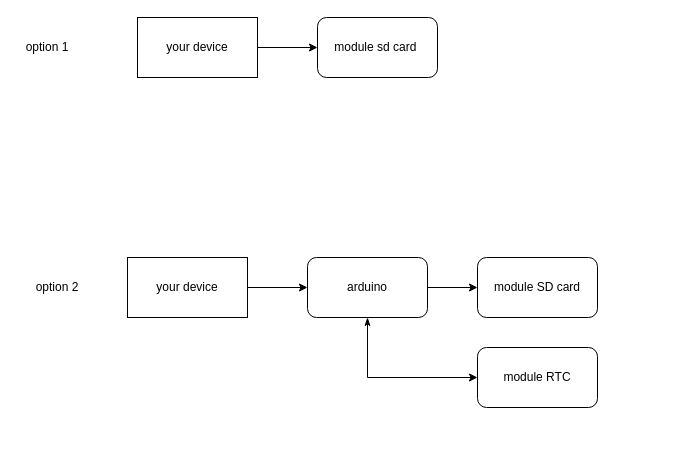
ductuanhoang/DiagramProject keeps this draw.io diagram as water_index.drawio. Above is the earlier version. Source tidied: cells renumbered, new cells numbered last; positions are measured from the earlier drawing's top-left corner, leaving out a move shared by most shapes. Both pictures are drawn from the tidied source at 100%, with x=0, y=0 at pixel (17, 17).
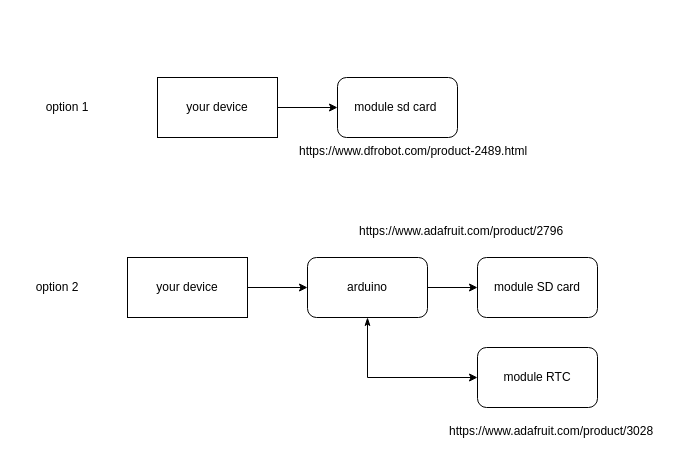
The same diagram, later.

The edit, as a diff of the source:
```diff
@@
 <mxGraphModel>
   <root>
     <mxCell id="0" />
     <mxCell id="1" parent="0" />
     <mxCell id="2" style="edgeStyle=orthogonalEdgeStyle;rounded=0;jettySize=auto;html=1;exitX=1;exitY=0.5;exitDx=0;exitDy=0;entryX=0;entryY=0.5;entryDx=0;entryDy=0;" parent="1" edge="1" source="3" target="4">
       <mxGeometry relative="1" as="geometry" />
     </mxCell>
     <mxCell id="3" value="your device" style="rounded=0;whiteSpace=wrap;html=1;" parent="1" vertex="1">
-      <mxGeometry x="120" width="120" height="60" as="geometry" />
+      <mxGeometry x="140" y="60" width="120" height="60" as="geometry" />
     </mxCell>
     <mxCell id="4" value="module sd card&amp;nbsp;" style="rounded=1;whiteSpace=wrap;html=1;" parent="1" vertex="1">
-      <mxGeometry x="300" width="120" height="60" as="geometry" />
+      <mxGeometry x="320" y="60" width="120" height="60" as="geometry" />
     </mxCell>
     <mxCell id="5" value="option 1" style="text;html=1;strokeColor=none;fillColor=none;align=center;verticalAlign=middle;whiteSpace=wrap;rounded=0;" parent="1" vertex="1">
-      <mxGeometry y="15" width="60" height="30" as="geometry" />
+      <mxGeometry x="20" y="75" width="60" height="30" as="geometry" />
     </mxCell>
     <mxCell id="6" value="module SD card" style="rounded=1;whiteSpace=wrap;html=1;" parent="1" vertex="1">
       <mxGeometry x="460" y="240" width="120" height="60" as="geometry" />
     </mxCell>
     <mxCell id="7" value="option 2" style="text;html=1;strokeColor=none;fillColor=none;align=center;verticalAlign=middle;whiteSpace=wrap;rounded=0;" parent="1" vertex="1">
       <mxGeometry x="10" y="255" width="60" height="30" as="geometry" />
     </mxCell>
     <mxCell id="8" value="your device" style="rounded=0;whiteSpace=wrap;html=1;" parent="1" vertex="1">
       <mxGeometry x="110" y="240" width="120" height="60" as="geometry" />
     </mxCell>
     <mxCell id="9" style="edgeStyle=none;rounded=0;jettySize=auto;html=1;exitX=0.5;exitY=1;exitDx=0;exitDy=0;entryX=0;entryY=0.5;entryDx=0;entryDy=0;startArrow=classicThin;startFill=1;" parent="1" edge="1" source="11" target="13">
       <mxGeometry relative="1" as="geometry">
         <Array as="points">
           <mxPoint x="350" y="360" />
         </Array>
       </mxGeometry>
     </mxCell>
     <mxCell id="10" style="edgeStyle=none;rounded=0;jettySize=auto;html=1;exitX=1;exitY=0.5;exitDx=0;exitDy=0;entryX=0;entryY=0.5;entryDx=0;entryDy=0;" parent="1" edge="1" source="11" target="6">
       <mxGeometry relative="1" as="geometry" />
     </mxCell>
     <mxCell id="11" value="arduino" style="rounded=1;whiteSpace=wrap;html=1;" parent="1" vertex="1">
       <mxGeometry x="290" y="240" width="120" height="60" as="geometry" />
     </mxCell>
     <mxCell id="12" style="endArrow=classic;html=1;rounded=0;exitX=1;exitY=0.5;exitDx=0;exitDy=0;entryX=0;entryY=0.5;entryDx=0;entryDy=0;" parent="1" edge="1" source="8" target="11">
       <mxGeometry relative="1" as="geometry" />
     </mxCell>
     <mxCell id="13" value="module RTC" style="rounded=1;whiteSpace=wrap;html=1;" parent="1" vertex="1">
       <mxGeometry x="460" y="330" width="120" height="60" as="geometry" />
     </mxCell>
+    <mxCell id="14" value="https://www.adafruit.com/product/2796" style="text;whiteSpace=wrap;html=1;" parent="1" vertex="1">
+      <mxGeometry x="340" y="200" width="230" height="30" as="geometry" />
+    </mxCell>
+    <mxCell id="15" value="https://www.adafruit.com/product/3028" style="text;whiteSpace=wrap;html=1;" parent="1" vertex="1">
+      <mxGeometry x="430" y="400" width="230" height="30" as="geometry" />
+    </mxCell>
+    <mxCell id="16" value="https://www.dfrobot.com/product-2489.html" style="text;whiteSpace=wrap;html=1;" parent="1" vertex="1">
+      <mxGeometry x="280" y="120" width="250" height="30" as="geometry" />
+    </mxCell>
   </root>
 </mxGraphModel>
```
